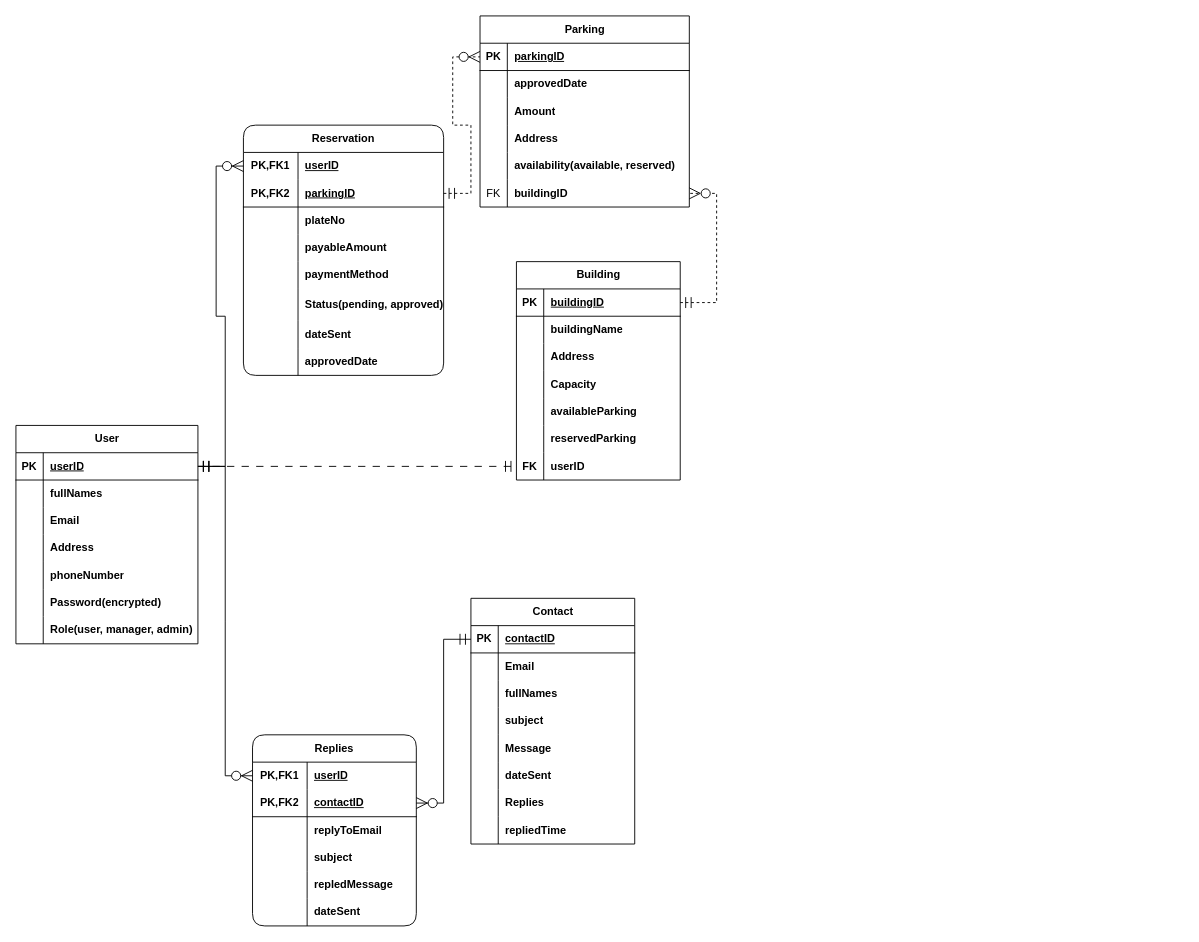
Earlier version of the draw.io diagram SmartParkingSystemERD.drawio (EmmanuelSHYIRAMBERE/SmartParkingManagement). Source tidied: cells renumbered, new cells numbered last; positions are measured from the earlier drawing's top-left corner, leaving out a move shared by most shapes. Both pictures are drawn from the tidied source at 91%, with x=0, y=0 at pixel (-866, -57).
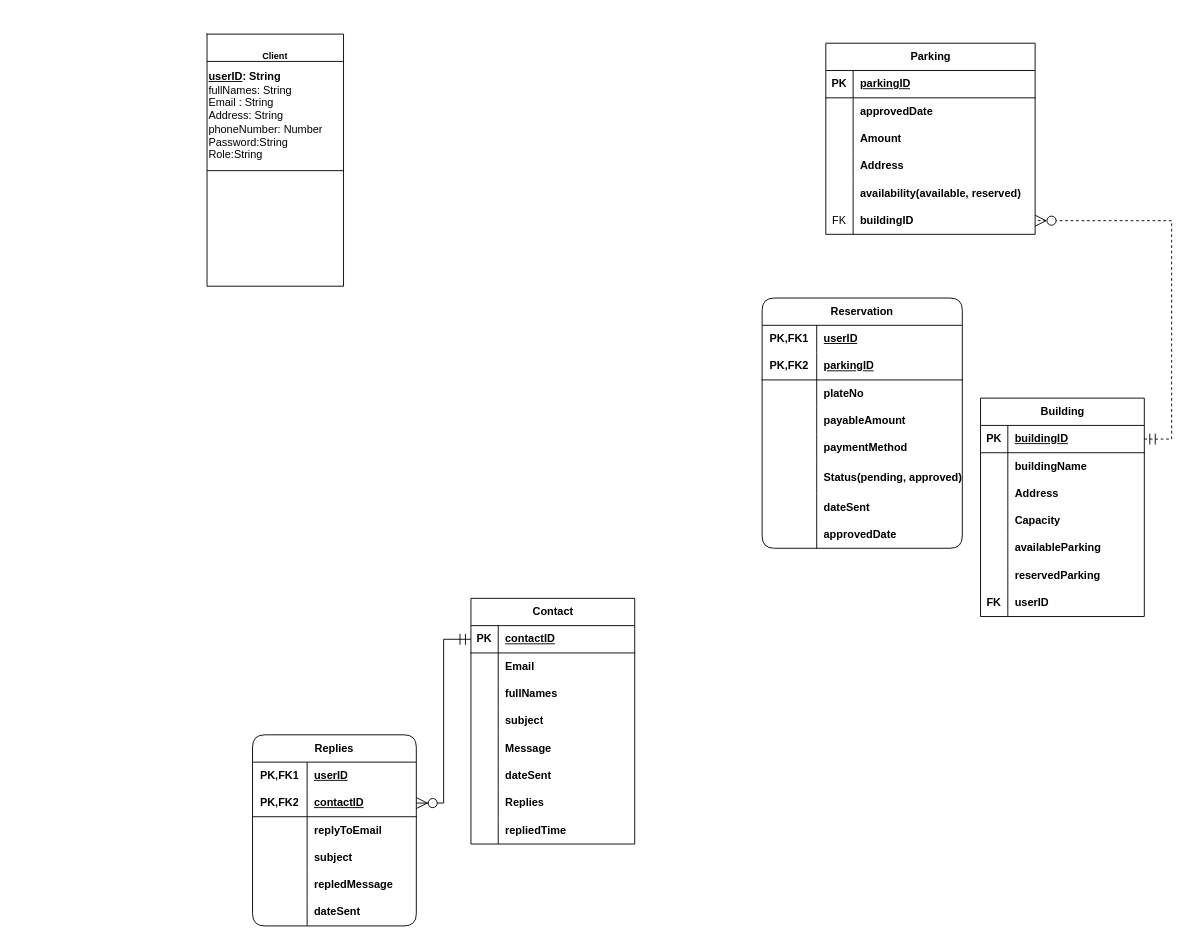
After the change.

Unchanged cells that the change refers to:
```xml
<mxCell id="25" style="shape=tableRow;horizontal=0;startSize=0;swimlaneHead=0;swimlaneBody=0;fillColor=none;points=[[0,0.5],[1,0.5]];portConstraint=eastwest;top=0;left=0;right=0;bottom=1;" parent="24" vertex="1">
  <mxGeometry y="30" width="230" height="30" as="geometry" />
</mxCell>
<mxCell id="63" style="shape=tableRow;horizontal=0;startSize=0;swimlaneHead=0;swimlaneBody=0;fillColor=none;points=[[0,0.5],[1,0.5]];portConstraint=eastwest;top=0;left=0;right=0;bottom=0;" parent="44" vertex="1">
  <mxGeometry y="210" width="180" height="30" as="geometry" />
</mxCell>
<mxCell id="94" style="shape=tableRow;horizontal=0;startSize=0;swimlaneHead=0;swimlaneBody=0;fillColor=none;points=[[0,0.5],[1,0.5]];portConstraint=eastwest;top=0;left=0;right=0;bottom=0;html=1;" parent="93" vertex="1">
  <mxGeometry y="30" width="220" height="30" as="geometry" />
</mxCell>
<mxCell id="97" style="shape=tableRow;horizontal=0;startSize=0;swimlaneHead=0;swimlaneBody=0;fillColor=none;points=[[0,0.5],[1,0.5]];portConstraint=eastwest;top=0;left=0;right=0;bottom=1;html=1;" parent="93" vertex="1">
  <mxGeometry y="60" width="220" height="30" as="geometry" />
</mxCell>
<mxCell id="120" style="shape=tableRow;horizontal=0;startSize=0;swimlaneHead=0;swimlaneBody=0;fillColor=none;points=[[0,0.5],[1,0.5]];portConstraint=eastwest;top=0;left=0;right=0;bottom=0;html=1;" parent="119" vertex="1">
  <mxGeometry y="30" width="180" height="30" as="geometry" />
</mxCell>
```

What changed in the source:
```diff
@@
-    <mxCell id="2" value="User" style="shape=table;startSize=30;childLayout=tableLayout;rowLines=0;fontStyle=1;align=center;html=1;" parent="1" vertex="1">
-      <mxGeometry x="969" y="530" width="200" height="240" as="geometry" />
-    </mxCell>
-    <mxCell id="3" style="shape=tableRow;horizontal=0;startSize=0;swimlaneHead=0;swimlaneBody=0;fillColor=none;points=[[0,0.5],[1,0.5]];portConstraint=eastwest;top=0;left=0;right=0;bottom=1;" parent="2" vertex="1">
-      <mxGeometry y="30" width="200" height="30" as="geometry" />
-    </mxCell>
-    <mxCell id="4" value="PK" style="shape=partialRectangle;fillColor=none;top=0;left=0;bottom=0;right=0;fontStyle=1;overflow=hidden;whiteSpace=wrap;html=1;" parent="3" vertex="1">
-      <mxGeometry width="30" height="30" as="geometry" />
-    </mxCell>
-    <mxCell id="5" value="userID" style="shape=partialRectangle;fillColor=none;top=0;left=0;bottom=0;right=0;align=left;spacingLeft=6;fontStyle=5;overflow=hidden;whiteSpace=wrap;html=1;" parent="3" vertex="1">
-      <mxGeometry x="30" width="170" height="30" as="geometry" />
-    </mxCell>
-    <mxCell id="6" style="shape=tableRow;horizontal=0;startSize=0;swimlaneHead=0;swimlaneBody=0;fillColor=none;top=0;left=0;right=0;bottom=0;" parent="2" vertex="1">
-      <mxGeometry y="60" width="200" height="30" as="geometry" />
-    </mxCell>
-    <mxCell id="7" style="shape=partialRectangle;fillColor=none;top=0;left=0;bottom=0;right=0;overflow=hidden;whiteSpace=wrap;html=1;" parent="6" vertex="1">
-      <mxGeometry width="30" height="30" as="geometry" />
-    </mxCell>
-    <mxCell id="8" value="fullNames" style="shape=partialRectangle;fillColor=none;top=0;left=0;bottom=0;right=0;align=left;spacingLeft=6;overflow=hidden;whiteSpace=wrap;html=1;fontStyle=1;" parent="6" vertex="1">
-      <mxGeometry x="30" width="170" height="30" as="geometry" />
-    </mxCell>
-    <mxCell id="9" style="shape=tableRow;horizontal=0;startSize=0;swimlaneHead=0;swimlaneBody=0;fillColor=none;top=0;left=0;right=0;bottom=0;" parent="2" vertex="1">
-      <mxGeometry y="90" width="200" height="30" as="geometry" />
-    </mxCell>
-    <mxCell id="10" style="shape=partialRectangle;fillColor=none;top=0;left=0;bottom=0;right=0;overflow=hidden;whiteSpace=wrap;html=1;" parent="9" vertex="1">
-      <mxGeometry width="30" height="30" as="geometry" />
-    </mxCell>
-    <mxCell id="11" value="Email" style="shape=partialRectangle;fillColor=none;top=0;left=0;bottom=0;right=0;align=left;spacingLeft=6;overflow=hidden;whiteSpace=wrap;html=1;fontStyle=1;" parent="9" vertex="1">
-      <mxGeometry x="30" width="170" height="30" as="geometry" />
-    </mxCell>
-    <mxCell id="12" style="shape=tableRow;horizontal=0;startSize=0;swimlaneHead=0;swimlaneBody=0;fillColor=none;top=0;left=0;right=0;bottom=0;" parent="2" vertex="1">
-      <mxGeometry y="120" width="200" height="30" as="geometry" />
-    </mxCell>
-    <mxCell id="13" style="shape=partialRectangle;fillColor=none;top=0;left=0;bottom=0;right=0;overflow=hidden;whiteSpace=wrap;html=1;" parent="12" vertex="1">
-      <mxGeometry width="30" height="30" as="geometry" />
-    </mxCell>
-    <mxCell id="14" value="Address" style="shape=partialRectangle;fillColor=none;top=0;left=0;bottom=0;right=0;align=left;spacingLeft=6;overflow=hidden;whiteSpace=wrap;html=1;fontStyle=1;" parent="12" vertex="1">
-      <mxGeometry x="30" width="170" height="30" as="geometry" />
-    </mxCell>
-    <mxCell id="15" style="shape=tableRow;horizontal=0;startSize=0;swimlaneHead=0;swimlaneBody=0;fillColor=none;top=0;left=0;right=0;bottom=0;" parent="2" vertex="1">
-      <mxGeometry y="150" width="200" height="30" as="geometry" />
-    </mxCell>
-    <mxCell id="16" style="shape=partialRectangle;fillColor=none;top=0;left=0;bottom=0;right=0;overflow=hidden;whiteSpace=wrap;html=1;" parent="15" vertex="1">
-      <mxGeometry width="30" height="30" as="geometry" />
-    </mxCell>
-    <mxCell id="17" value="phoneNumber" style="shape=partialRectangle;fillColor=none;top=0;left=0;bottom=0;right=0;align=left;spacingLeft=6;overflow=hidden;whiteSpace=wrap;html=1;fontStyle=1;" parent="15" vertex="1">
-      <mxGeometry x="30" width="170" height="30" as="geometry" />
-    </mxCell>
-    <mxCell id="18" style="shape=tableRow;horizontal=0;startSize=0;swimlaneHead=0;swimlaneBody=0;fillColor=none;top=0;left=0;right=0;bottom=0;" parent="2" vertex="1">
-      <mxGeometry y="180" width="200" height="30" as="geometry" />
-    </mxCell>
-    <mxCell id="19" style="shape=partialRectangle;fillColor=none;top=0;left=0;bottom=0;right=0;overflow=hidden;whiteSpace=wrap;html=1;" parent="18" vertex="1">
-      <mxGeometry width="30" height="30" as="geometry" />
-    </mxCell>
-    <mxCell id="20" value="Password(encrypted)" style="shape=partialRectangle;fillColor=none;top=0;left=0;bottom=0;right=0;align=left;spacingLeft=6;overflow=hidden;whiteSpace=wrap;html=1;fontStyle=1;" parent="18" vertex="1">
-      <mxGeometry x="30" width="170" height="30" as="geometry" />
-    </mxCell>
-    <mxCell id="21" style="shape=tableRow;horizontal=0;startSize=0;swimlaneHead=0;swimlaneBody=0;fillColor=none;top=0;left=0;right=0;bottom=0;" parent="2" vertex="1">
-      <mxGeometry y="210" width="200" height="30" as="geometry" />
-    </mxCell>
-    <mxCell id="22" style="shape=partialRectangle;fillColor=none;top=0;left=0;bottom=0;right=0;overflow=hidden;whiteSpace=wrap;html=1;" parent="21" vertex="1">
-      <mxGeometry width="30" height="30" as="geometry" />
-    </mxCell>
-    <mxCell id="23" value="Role(user, manager, admin)" style="shape=partialRectangle;fillColor=none;top=0;left=0;bottom=0;right=0;align=left;spacingLeft=6;overflow=hidden;whiteSpace=wrap;html=1;fontStyle=1;" parent="21" vertex="1">
-      <mxGeometry x="30" width="170" height="30" as="geometry" />
-    </mxCell>
     <mxCell id="24" value="Parking" style="shape=table;startSize=30;childLayout=tableLayout;rowLines=0;fontStyle=1;align=center;html=1;" parent="1" vertex="1">
-      <mxGeometry x="1479" y="80" width="230" height="210" as="geometry" />
+      <mxGeometry x="1859" y="110" width="230" height="210" as="geometry" />
     </mxCell>
@@
-    <mxCell id="43" style="edgeStyle=entityRelationEdgeStyle;fontSize=12;html=1;endArrow=ERzeroToMany;startArrow=ERmandOne;rounded=0;endSize=10;startSize=10;exitX=1;exitY=0.5;exitDx=0;exitDy=0;" parent="1" edge="1" source="3" target="94">
-      <mxGeometry relative="1" as="geometry">
-        <Array as="points">
-          <mxPoint x="1000.1" />
-          <mxPoint x="1289" y="360" />
-        </Array>
-      </mxGeometry>
-    </mxCell>
     <mxCell id="44" value="Building" style="shape=table;startSize=30;childLayout=tableLayout;rowLines=0;fontStyle=1;align=center;html=1;" parent="1" vertex="1">
-      <mxGeometry x="1519" y="350" width="180" height="240" as="geometry" />
+      <mxGeometry x="2029" y="500" width="180" height="240" as="geometry" />
     </mxCell>
@@
-    <mxCell id="67" style="edgeStyle=entityRelationEdgeStyle;fontSize=12;html=1;endArrow=ERzeroToMany;startArrow=ERmandOne;rounded=0;endSize=10;startSize=10;dashed=1;" parent="1" edge="1" source="97" target="25">
-      <mxGeometry relative="1" as="geometry">
-        <Array as="points">
-          <mxPoint x="10.1" y="553.5" />
-          <mxPoint x="526" y="583.5" />
-          <mxPoint x="719" y="905" />
-        </Array>
-      </mxGeometry>
-    </mxCell>
@@
     <mxCell id="93" value="Reservation" style="shape=table;startSize=30;childLayout=tableLayout;rowLines=0;fontStyle=1;align=center;html=1;whiteSpace=wrap;rounded=1;" parent="1" vertex="1">
-      <mxGeometry x="1219" y="200" width="220" height="275" as="geometry" />
+      <mxGeometry x="1789" y="390" width="220" height="275" as="geometry" />
     </mxCell>
@@
-    <mxCell id="118" style="edgeStyle=entityRelationEdgeStyle;fontSize=12;html=1;endArrow=ERmandOne;startArrow=ERmandOne;rounded=0;endSize=10;startSize=10;dashed=1;dashPattern=8 8;" parent="1" edge="1" source="3" target="63">
-      <mxGeometry relative="1" as="geometry" />
-    </mxCell>
@@
-    <mxCell id="138" style="edgeStyle=entityRelationEdgeStyle;fontSize=12;html=1;endArrow=ERzeroToMany;startArrow=ERmandOne;rounded=0;endSize=10;startSize=10;" parent="1" edge="1" source="3" target="120">
-      <mxGeometry relative="1" as="geometry">
-        <Array as="points">
-          <mxPoint x="1010.1" y="10" />
-          <mxPoint x="1299" y="370" />
-        </Array>
-      </mxGeometry>
-    </mxCell>
@@
+    <mxCell id="140" style="shape=table;startSize=0;childLayout=tableLayout;fillColor=none;" parent="1" vertex="1">
+      <mxGeometry x="1179" y="100" width="150" height="277" as="geometry" />
+    </mxCell>
+    <mxCell id="141" style="shape=tableRow;horizontal=0;startSize=0;swimlaneHead=0;swimlaneBody=0;strokeColor=inherit;top=0;left=0;bottom=0;right=0;fillColor=none;" parent="140" vertex="1">
+      <mxGeometry width="150" height="30" as="geometry" />
+    </mxCell>
+    <mxCell id="142" value="&lt;font style=&quot;font-size: 10px;&quot;&gt;&lt;b&gt;&lt;br&gt;&lt;span style=&quot;color: rgb(0, 0, 0); font-family: Helvetica; font-style: normal; font-variant-ligatures: normal; font-variant-caps: normal; letter-spacing: normal; orphans: 2; text-align: center; text-indent: 0px; text-transform: none; widows: 2; word-spacing: 0px; -webkit-text-stroke-width: 0px; background-color: rgb(251, 251, 251); text-decoration-thickness: initial; text-decoration-style: initial; text-decoration-color: initial; float: none; display: inline !important;&quot;&gt;&lt;font style=&quot;font-size: 10px;&quot;&gt;Client&lt;br&gt;&lt;br&gt;&lt;/font&gt;&lt;/span&gt;&lt;/b&gt;&lt;/font&gt;" style="shape=partialRectangle;html=1;whiteSpace=wrap;strokeColor=inherit;overflow=hidden;fillColor=none;top=0;left=0;bottom=0;right=0;" parent="141" vertex="1">
+      <mxGeometry width="150" height="30" as="geometry" />
+    </mxCell>
+    <mxCell id="143" style="shape=tableRow;horizontal=0;startSize=0;swimlaneHead=0;swimlaneBody=0;strokeColor=inherit;top=0;left=0;bottom=0;right=0;fillColor=none;" parent="140" vertex="1">
+      <mxGeometry y="30" width="150" height="120" as="geometry" />
+    </mxCell>
+    <mxCell id="144" value="&lt;b&gt;&lt;span style=&quot;text-decoration-line: underline; background-color: initial;&quot;&gt;userID&lt;/span&gt;: String&lt;br&gt;&lt;/b&gt;&lt;div style=&quot;&quot;&gt;fullNames: String&lt;/div&gt;&lt;div style=&quot;&quot;&gt;Email : String&lt;/div&gt;&lt;div style=&quot;&quot;&gt;Address: String&amp;nbsp;&lt;/div&gt;&lt;div style=&quot;&quot;&gt;&lt;span style=&quot;background-color: initial;&quot;&gt;phoneNumber: Number&lt;/span&gt;&lt;/div&gt;&lt;div style=&quot;&quot;&gt;Password:String&lt;/div&gt;Role&lt;span style=&quot;background-color: initial;&quot;&gt;:String&lt;/span&gt;" style="shape=partialRectangle;html=1;whiteSpace=wrap;strokeColor=inherit;overflow=hidden;fillColor=none;top=0;left=0;bottom=0;right=0;align=left;perimeterSpacing=0;strokeWidth=1;" parent="143" vertex="1">
+      <mxGeometry width="150" height="120" as="geometry" />
+    </mxCell>
+    <mxCell id="145" style="shape=tableRow;horizontal=0;startSize=0;swimlaneHead=0;swimlaneBody=0;strokeColor=inherit;top=0;left=0;bottom=0;right=0;fillColor=none;" parent="140" vertex="1">
+      <mxGeometry y="150" width="150" height="127" as="geometry" />
+    </mxCell>
+    <mxCell id="146" style="shape=partialRectangle;html=1;whiteSpace=wrap;strokeColor=inherit;overflow=hidden;fillColor=none;top=0;left=0;bottom=0;right=0;" parent="145" vertex="1">
+      <mxGeometry width="150" height="127" as="geometry" />
+    </mxCell>
```
